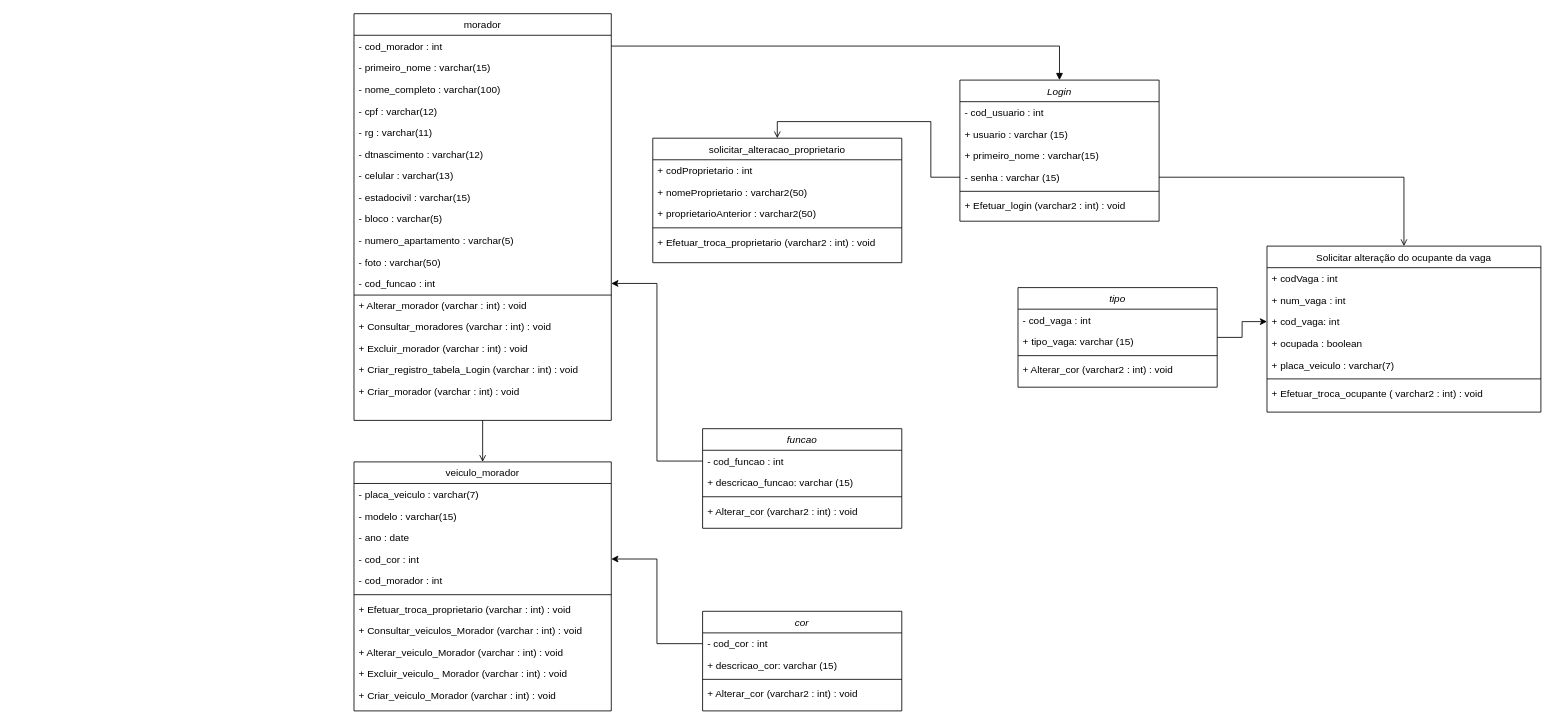
Above: TCC/APS/DiagramaClasse.drawio in Ali-Dionisio/Etec (draw.io), before the change. Source tidied: cells renumbered, new cells numbered last; positions are measured from the earlier drawing's top-left corner, leaving out a move shared by most shapes. Both pictures are drawn from the tidied source at 83%, with x=0, y=0 at pixel (354, 13).
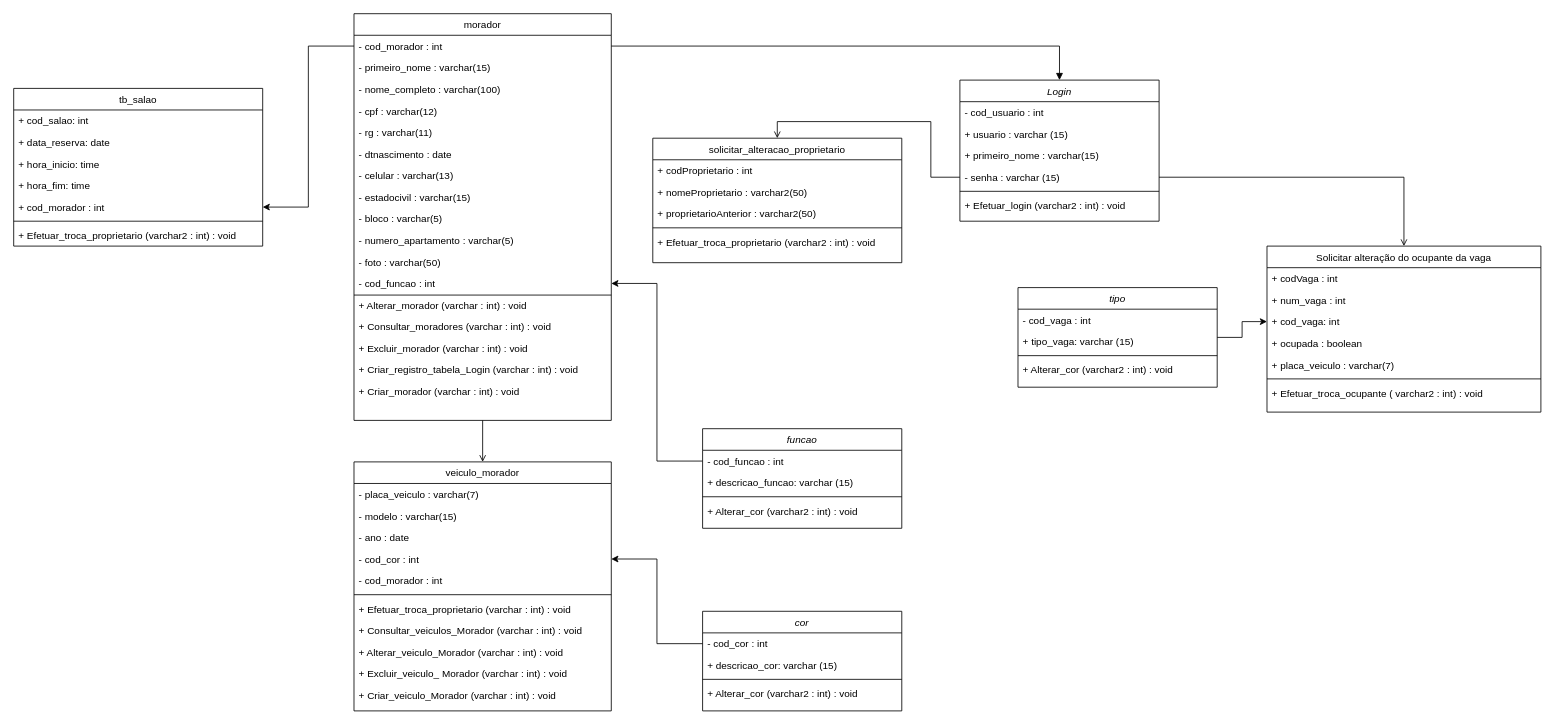
The same page after the edit.

Commit message (it also covers changes not shown here):
inserindo tb salao no diagrama de calsse

Unchanged cells that the change refers to:
```xml
<mxCell id="16" value="morador" style="swimlane;fontStyle=0;align=center;verticalAlign=top;horizontal=1;startSize=26;rounded=0;shadow=0;strokeWidth=1;" parent="1" vertex="1">
  <mxGeometry width="310" height="490" as="geometry" />
</mxCell>
<mxCell id="17" value="- cod_morador : int" style="text;align=left;verticalAlign=top;spacingLeft=4;spacingRight=4;overflow=hidden;points=[[0,0.5],[1,0.5]];portConstraint=eastwest;" parent="16" vertex="1">
  <mxGeometry y="26" width="310" height="26" as="geometry" />
</mxCell>
```

Change to the diagram source:
```diff
@@
-    <mxCell id="22" value="- dtnascimento : varchar(12)" style="text;align=left;verticalAlign=top;spacingLeft=4;spacingRight=4;overflow=hidden;" parent="16" vertex="1">
+    <mxCell id="22" value="- dtnascimento : date" style="text;align=left;verticalAlign=top;spacingLeft=4;spacingRight=4;overflow=hidden;" parent="16" vertex="1">
       <mxGeometry y="156" width="310" height="26" as="geometry" />
     </mxCell>
@@
+    <mxCell id="76" value="tb_salao" style="swimlane;fontStyle=0;align=center;verticalAlign=top;horizontal=1;startSize=26;rounded=0;shadow=0;strokeWidth=1;" parent="1" vertex="1">
+      <mxGeometry x="-410" y="90" width="300" height="190" as="geometry" />
+    </mxCell>
+    <mxCell id="77" value="+ cod_salao: int " style="text;align=left;verticalAlign=top;spacingLeft=4;spacingRight=4;overflow=hidden;" parent="76" vertex="1">
+      <mxGeometry y="26" width="300" height="26" as="geometry" />
+    </mxCell>
+    <mxCell id="78" value="+ data_reserva: date" style="text;align=left;verticalAlign=top;spacingLeft=4;spacingRight=4;overflow=hidden;rounded=0;shadow=0;html=0;" parent="76" vertex="1">
+      <mxGeometry y="52" width="300" height="26" as="geometry" />
+    </mxCell>
+    <mxCell id="79" value="+ hora_inicio: time" style="text;align=left;verticalAlign=top;spacingLeft=4;spacingRight=4;overflow=hidden;" parent="76" vertex="1">
+      <mxGeometry y="78" width="300" height="26" as="geometry" />
+    </mxCell>
+    <mxCell id="80" value="+ hora_fim: time" style="text;align=left;verticalAlign=top;spacingLeft=4;spacingRight=4;overflow=hidden;" parent="76" vertex="1">
+      <mxGeometry y="104" width="300" height="26" as="geometry" />
+    </mxCell>
+    <mxCell id="81" value="+ cod_morador : int" style="text;align=left;verticalAlign=top;spacingLeft=4;spacingRight=4;overflow=hidden;points=[[0,0.5],[1,0.5]];portConstraint=eastwest;" parent="76" vertex="1">
+      <mxGeometry y="130" width="300" height="26" as="geometry" />
+    </mxCell>
+    <mxCell id="82" style="line;html=1;strokeWidth=1;align=left;verticalAlign=middle;spacingTop=-1;spacingLeft=3;spacingRight=3;labelPosition=right;" parent="76" vertex="1">
+      <mxGeometry y="156" width="300" height="8" as="geometry" />
+    </mxCell>
+    <mxCell id="83" value="+ Efetuar_troca_proprietario (varchar2 : int) : void" style="text;align=left;verticalAlign=top;spacingLeft=4;spacingRight=4;overflow=hidden;fontStyle=0;" parent="76" vertex="1">
+      <mxGeometry y="164" width="300" height="26" as="geometry" />
+    </mxCell>
+    <mxCell id="84" style="edgeStyle=orthogonalEdgeStyle;rounded=0;jettySize=auto;html=1;" parent="1" edge="1" source="17" target="81">
+      <mxGeometry relative="1" as="geometry" />
+    </mxCell>
```
